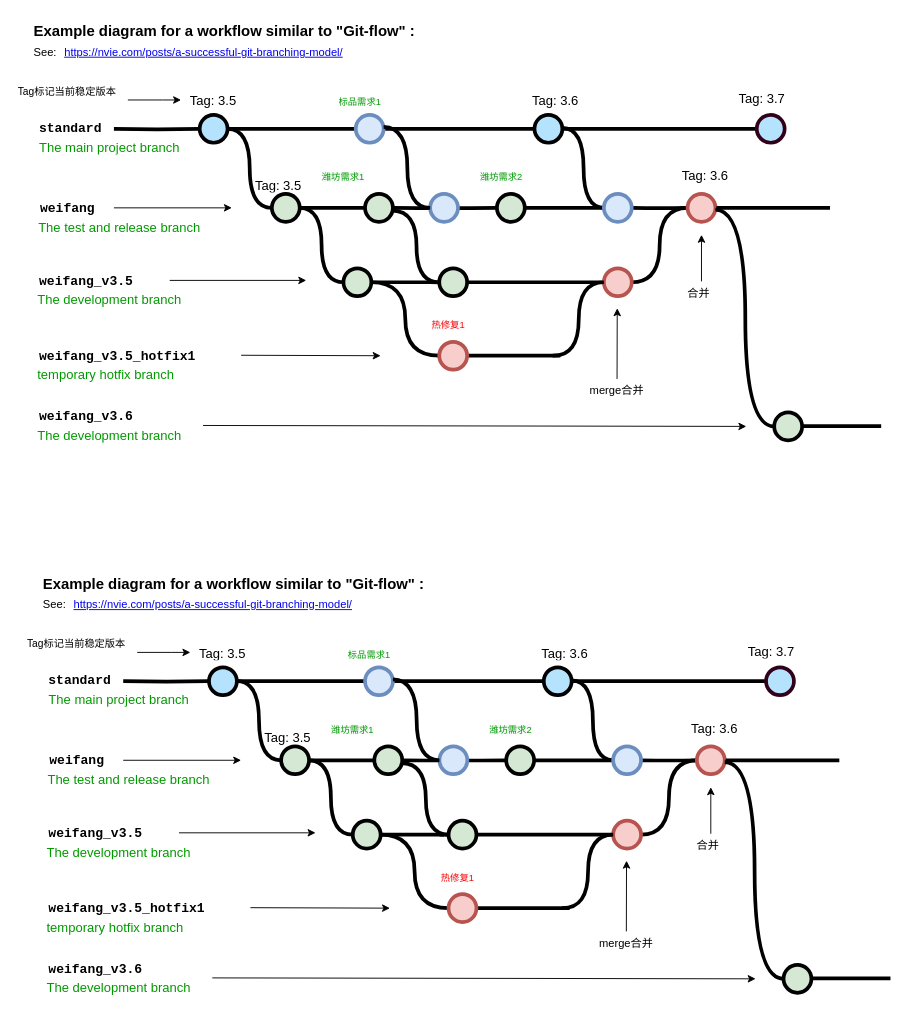
Earlier version of the draw.io diagram Untitled Diagram.drawio (jasoncen94/learngit). Source tidied: cells renumbered, new cells numbered last; positions are measured from the earlier drawing's top-left corner, leaving out a move shared by most shapes. Both pictures are drawn from the tidied source at 93%, with x=0, y=0 at pixel (16, 16).
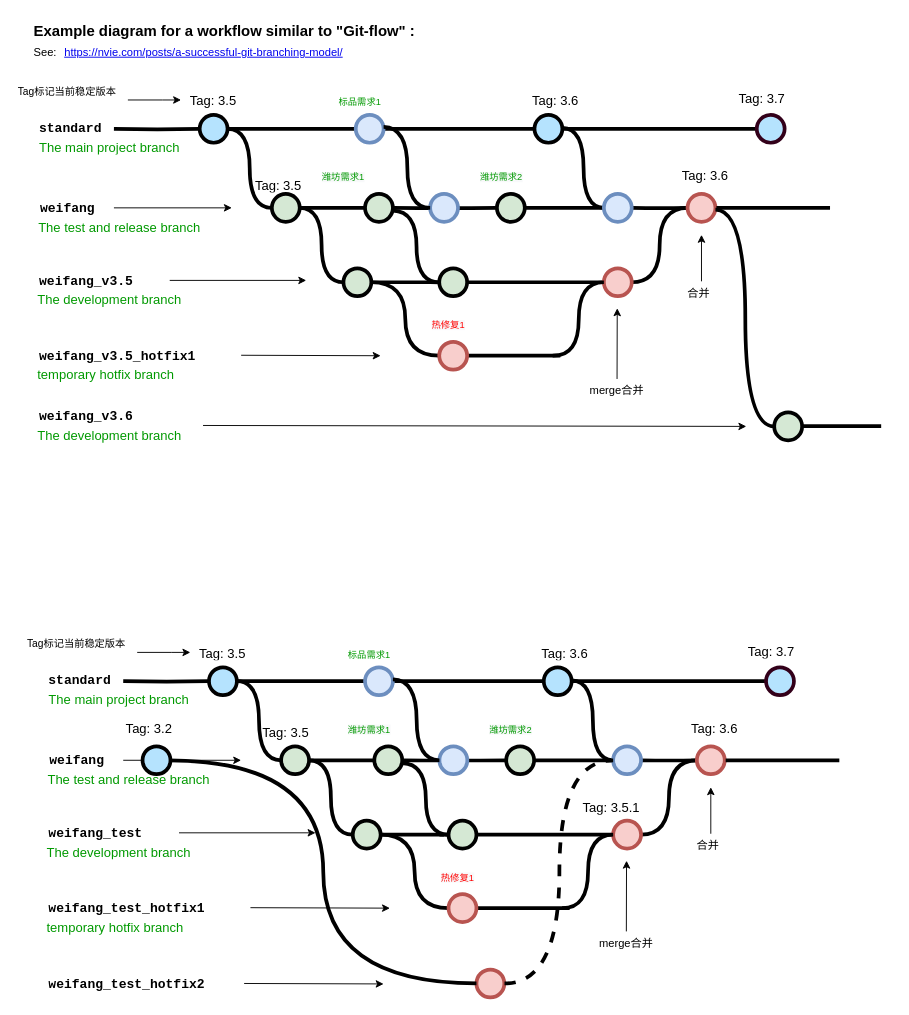
Above is the later version.

The change refers to these unchanged cells:
```xml
<mxCell id="86" value="weifang&amp;nbsp;" style="text;html=1;strokeColor=none;fillColor=none;align=left;verticalAlign=middle;whiteSpace=wrap;overflow=hidden;fontSize=14;fontStyle=1;fontFamily=Courier New;" parent="1" vertex="1">
  <mxGeometry x="33.8" y="790" width="81.2" height="20" as="geometry" />
</mxCell>
<mxCell id="134" style="verticalLabelPosition=bottom;verticalAlign=top;html=1;strokeWidth=4;shape=mxgraph.flowchart.on-page_reference;strokeColor=#6c8ebf;fillColor=#dae8fc;" parent="1" vertex="1">
  <mxGeometry x="641.8" y="785" width="30" height="30" as="geometry" />
</mxCell>
```

Change to the diagram source:
```diff
@@
-    <mxCell id="96" value="weifang_v3.5" style="text;html=1;strokeColor=none;fillColor=none;align=left;verticalAlign=middle;whiteSpace=wrap;overflow=hidden;fontSize=14;fontStyle=1;fontFamily=Courier New;" parent="1" vertex="1">
+    <mxCell id="96" value="weifang_test" style="text;html=1;strokeColor=none;fillColor=none;align=left;verticalAlign=middle;whiteSpace=wrap;overflow=hidden;fontSize=14;fontStyle=1;fontFamily=Courier New;" parent="1" vertex="1">
       <mxGeometry x="32.8" y="868" width="132.2" height="20" as="geometry" />
     </mxCell>
@@
-    <mxCell id="100" value="weifang_v3.5_hotfix1" style="text;html=1;strokeColor=none;fillColor=none;align=left;verticalAlign=middle;whiteSpace=wrap;overflow=hidden;fontSize=14;fontStyle=1;fontFamily=Courier New;" parent="1" vertex="1">
+    <mxCell id="100" value="weifang_test_hotfix1" style="text;html=1;strokeColor=none;fillColor=none;align=left;verticalAlign=middle;whiteSpace=wrap;overflow=hidden;fontSize=14;fontStyle=1;fontFamily=Courier New;" parent="1" vertex="1">
       <mxGeometry x="32.5" y="949" width="240" height="20" as="geometry" />
     </mxCell>
@@
-    <mxCell id="107" style="endArrow=classic;html=1;strokeWidth=1;fontFamily=Courier New;fontColor=#009900;exitX=1;exitY=0.5;exitDx=0;exitDy=0;" parent="1" edge="1" source="86">
+    <mxCell id="107" style="endArrow=classic;html=1;strokeWidth=1;fontFamily=Courier New;fontColor=#009900;exitX=1;exitY=0.5;exitDx=0;exitDy=0;startArrow=none;" parent="1" edge="1" source="147">
       <mxGeometry relative="1" as="geometry">
         <mxPoint x="241.8" y="800" as="targetPoint" />
       </mxGeometry>
     </mxCell>
@@
-    <mxCell id="118" value="Example diagram for a workflow similar to &quot;Git-flow&quot; :" style="text;whiteSpace=wrap;html=1;fontStyle=1;fontSize=16;" parent="1" vertex="1">
-      <mxGeometry x="27.2" y="594" width="427.8" height="20" as="geometry" />
-    </mxCell>
-    <mxCell id="119" value="&lt;a href=&quot;https://nvie.com/posts/a-successful-git-branching-model/&quot;&gt;https://nvie.com/posts/a-successful-git-branching-model/&lt;/a&gt;" style="text;whiteSpace=wrap;html=1;" parent="1" vertex="1">
-      <mxGeometry x="60" y="619" width="355" height="20" as="geometry" />
-    </mxCell>
-    <mxCell id="120" value="See:" style="text;whiteSpace=wrap;html=1;" parent="1" vertex="1">
-      <mxGeometry x="27.2" y="619" width="32.8" height="20" as="geometry" />
-    </mxCell>
@@
     <mxCell id="127" value="&lt;span style=&quot;color: rgb(0 , 153 , 0) ; font-family: &amp;#34;helvetica&amp;#34; ; font-size: 10px ; font-style: normal ; font-weight: 400 ; letter-spacing: normal ; text-align: left ; text-indent: 0px ; text-transform: none ; word-spacing: 0px ; background-color: rgb(248 , 249 , 250) ; display: inline ; float: none&quot;&gt;潍坊需求1&lt;/span&gt;" style="text;whiteSpace=wrap;html=1;fontSize=10;" parent="1" vertex="1">
-      <mxGeometry x="336.8" y="755" width="80" height="30" as="geometry" />
+      <mxGeometry x="355" y="755" width="80" height="30" as="geometry" />
     </mxCell>
@@
-    <mxCell id="137" style="verticalLabelPosition=bottom;verticalAlign=top;html=1;strokeWidth=4;shape=mxgraph.flowchart.on-page_reference;plain-purple;gradientColor=none;strokeColor=#000000;fillColor=#D5E8D4;" parent="1" vertex="1">
-      <mxGeometry x="825" y="1020" width="30" height="30" as="geometry" />
-    </mxCell>
-    <mxCell id="138" style="edgeStyle=orthogonalEdgeStyle;curved=1;rounded=0;html=1;exitX=1;exitY=0.5;exitPerimeter=0;entryX=0;entryY=0.5;entryPerimeter=0;endArrow=none;endFill=0;jettySize=auto;strokeWidth=4;fontSize=15;entryDx=0;entryDy=0;" parent="1" edge="1" target="137">
-      <mxGeometry relative="1" as="geometry">
-        <mxPoint x="761.8" y="802" as="sourcePoint" />
-      </mxGeometry>
-    </mxCell>
-    <mxCell id="139" value="weifang_v3.6" style="text;html=1;strokeColor=none;fillColor=none;align=left;verticalAlign=middle;whiteSpace=wrap;overflow=hidden;fontSize=14;fontStyle=1;fontFamily=Courier New;" parent="1" vertex="1">
-      <mxGeometry x="32.8" y="1014" width="132.2" height="20" as="geometry" />
-    </mxCell>
-    <mxCell id="140" value="The development branch" style="text;html=1;strokeColor=none;fillColor=none;align=left;verticalAlign=middle;whiteSpace=wrap;overflow=hidden;fontSize=14;fontStyle=0;fontColor=#009900;" parent="1" vertex="1">
-      <mxGeometry x="30.8" y="1034" width="240" height="20" as="geometry" />
-    </mxCell>
-    <mxCell id="141" style="endArrow=classic;html=1;strokeWidth=1;fontFamily=Courier New;fontColor=#009900;exitX=0.75;exitY=0;exitDx=0;exitDy=0;" parent="1" edge="1" source="140">
-      <mxGeometry relative="1" as="geometry">
-        <mxPoint x="795" y="1035" as="targetPoint" />
-      </mxGeometry>
-    </mxCell>
-    <mxCell id="142" style="edgeStyle=orthogonalEdgeStyle;curved=1;rounded=0;html=1;exitX=1;exitY=0.5;exitPerimeter=0;endArrow=none;endFill=0;jettySize=auto;orthogonalLoop=1;strokeWidth=4;fontSize=15;entryX=0;entryY=0.5;entryDx=0;entryDy=0;entryPerimeter=0;" parent="1" edge="1">
-      <mxGeometry relative="1" as="geometry">
-        <mxPoint x="855" y="1034.6" as="sourcePoint" />
-        <mxPoint x="940" y="1034.6" as="targetPoint" />
-      </mxGeometry>
-    </mxCell>
@@
     <mxCell id="145" value="Tag: 3.5" style="text;html=1;strokeColor=none;fillColor=none;align=center;verticalAlign=middle;whiteSpace=wrap;overflow=hidden;fontSize=14;" parent="1" vertex="1">
-      <mxGeometry x="257.2" y="765" width="70" height="20" as="geometry" />
+      <mxGeometry x="254.8" y="760" width="70" height="20" as="geometry" />
     </mxCell>
+    <mxCell id="146" value="Tag: 3.5.1" style="text;html=1;strokeColor=none;fillColor=none;align=center;verticalAlign=middle;whiteSpace=wrap;overflow=hidden;fontSize=14;" parent="1" vertex="1">
+      <mxGeometry x="585" y="840" width="110" height="20" as="geometry" />
+    </mxCell>
+    <mxCell id="147" style="verticalLabelPosition=bottom;verticalAlign=top;html=1;strokeWidth=4;shape=mxgraph.flowchart.on-page_reference;plain-blue;gradientColor=none;fillColor=#B5E3Fe;strokeColor=#000000;" parent="1" vertex="1">
+      <mxGeometry x="135.8" y="785" width="30" height="30" as="geometry" />
+    </mxCell>
+    <mxCell id="148" style="endArrow=none;html=1;strokeWidth=1;fontFamily=Courier New;fontColor=#009900;exitX=1;exitY=0.5;exitDx=0;exitDy=0;" parent="1" edge="1" source="86" target="147">
+      <mxGeometry relative="1" as="geometry" />
+    </mxCell>
+    <mxCell id="149" value="Tag: 3.2" style="text;html=1;strokeColor=none;fillColor=none;align=center;verticalAlign=middle;whiteSpace=wrap;overflow=hidden;fontSize=14;" parent="1" vertex="1">
+      <mxGeometry x="107.5" y="755" width="70" height="20" as="geometry" />
+    </mxCell>
+    <mxCell id="150" style="verticalLabelPosition=bottom;verticalAlign=top;html=1;strokeWidth=4;shape=mxgraph.flowchart.on-page_reference;strokeColor=#b85450;fillColor=#f8cecc;shadow=0;" parent="1" vertex="1">
+      <mxGeometry x="494.8" y="1025" width="30" height="30" as="geometry" />
+    </mxCell>
+    <mxCell id="151" style="edgeStyle=orthogonalEdgeStyle;curved=1;rounded=0;jettySize=auto;html=1;exitX=1;exitY=0.5;exitDx=0;exitDy=0;exitPerimeter=0;entryX=0;entryY=0.5;entryDx=0;entryDy=0;entryPerimeter=0;endArrow=none;endFill=0;strokeWidth=4;fontFamily=Courier New;fontColor=#009900;" parent="1" edge="1" target="150">
+      <mxGeometry relative="1" as="geometry">
+        <mxPoint x="164.3" y="800" as="sourcePoint" />
+      </mxGeometry>
+    </mxCell>
+    <mxCell id="152" style="edgeStyle=orthogonalEdgeStyle;curved=1;rounded=0;jettySize=auto;html=1;endArrow=none;endFill=0;strokeWidth=4;fontFamily=Courier New;fontColor=#009900;entryX=0;entryY=0.5;entryDx=0;entryDy=0;entryPerimeter=0;dashed=1;" parent="1" edge="1" target="134">
+      <mxGeometry relative="1" as="geometry">
+        <mxPoint x="525" y="1040" as="sourcePoint" />
+        <Array as="points">
+          <mxPoint x="584" y="1040" />
+          <mxPoint x="584" y="800" />
+        </Array>
+      </mxGeometry>
+    </mxCell>
+    <mxCell id="153" value="weifang_test_hotfix2" style="text;html=1;strokeColor=none;fillColor=none;align=left;verticalAlign=middle;whiteSpace=wrap;overflow=hidden;fontSize=14;fontStyle=1;fontFamily=Courier New;" parent="1" vertex="1">
+      <mxGeometry x="32.5" y="1030" width="240" height="20" as="geometry" />
+    </mxCell>
+    <mxCell id="154" style="endArrow=classic;html=1;strokeWidth=1;fontFamily=Courier New;fontColor=#009900;" parent="1" edge="1">
+      <mxGeometry relative="1" as="geometry">
+        <mxPoint x="245" y="1040" as="sourcePoint" />
+        <mxPoint x="395" y="1040.5" as="targetPoint" />
+      </mxGeometry>
+    </mxCell>
```
